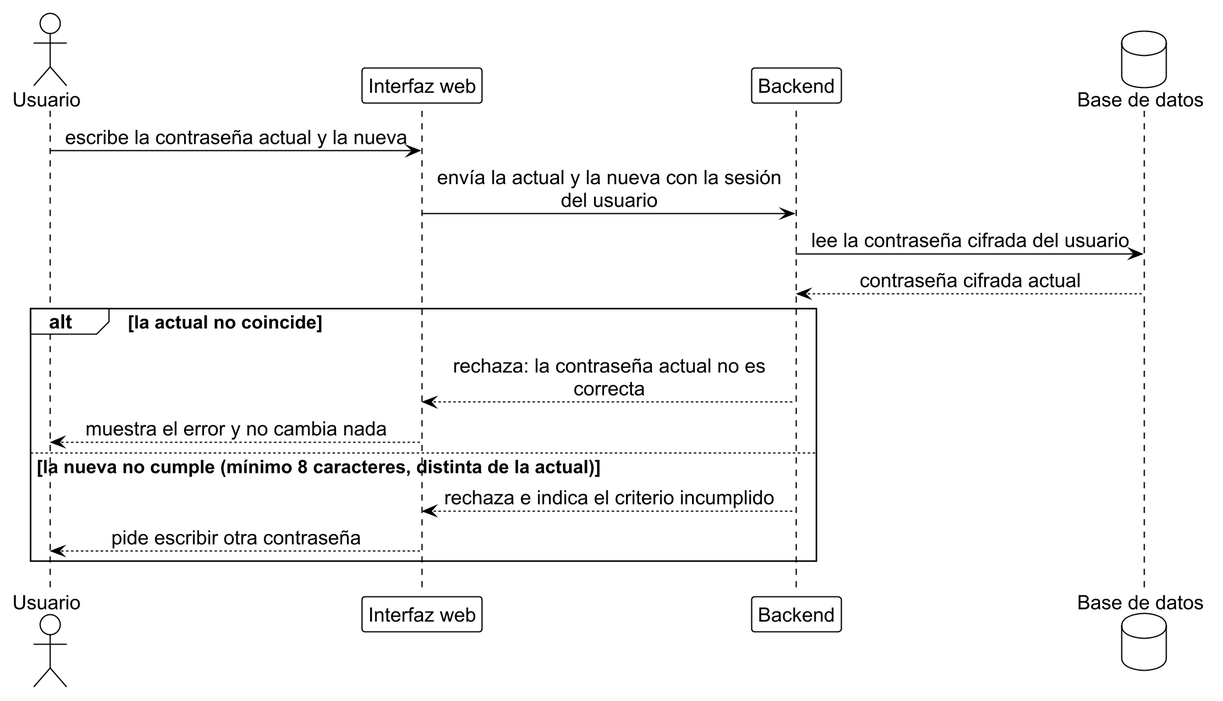
Earlier version of the PlantUML export diagramas/seq_diapositivas/pass_1.png (ErickJester/fst-ai-system-latex). Its diagram source:
```plantuml
@startuml pass_1
!include ../estilo_doc.iuml
skinparam dpi 200
actor Usuario as u
participant "Interfaz web" as ui
participant Backend as api
database "Base de datos" as db

u -> ui: escribe la contraseña actual y la nueva
ui -> api: envía la actual y la nueva con la sesión\ndel usuario
api -> db: lee la contraseña cifrada del usuario
db --> api: contraseña cifrada actual
alt la actual no coincide
  api --> ui: rechaza: la contraseña actual no es\ncorrecta
  ui --> u: muestra el error y no cambia nada
else la nueva no cumple (mínimo 8 caracteres, distinta de la actual)
  api --> ui: rechaza e indica el criterio incumplido
  ui --> u: pide escribir otra contraseña
end
@enduml
```
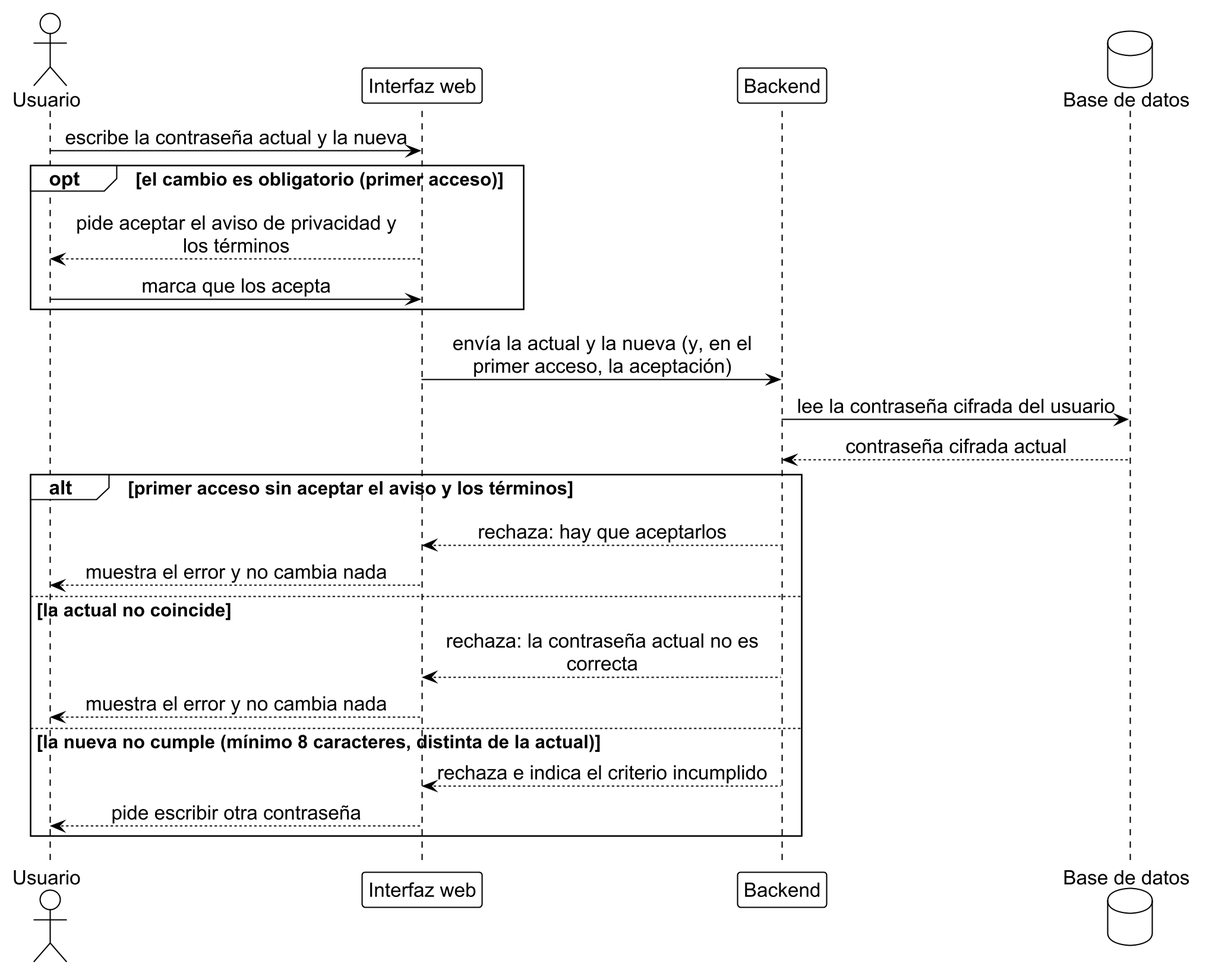
After the commit.

Change to the diagram source:
```diff
@@ -7,10 +7,17 @@
 database "Base de datos" as db
 
 u -> ui: escribe la contraseña actual y la nueva
-ui -> api: envía la actual y la nueva con la sesión\ndel usuario
+opt el cambio es obligatorio (primer acceso)
+  ui --> u: pide aceptar el aviso de privacidad y\nlos términos
+  u -> ui: marca que los acepta
+end
+ui -> api: envía la actual y la nueva (y, en el\nprimer acceso, la aceptación)
 api -> db: lee la contraseña cifrada del usuario
 db --> api: contraseña cifrada actual
-alt la actual no coincide
+alt primer acceso sin aceptar el aviso y los términos
+  api --> ui: rechaza: hay que aceptarlos
+  ui --> u: muestra el error y no cambia nada
+else la actual no coincide
   api --> ui: rechaza: la contraseña actual no es\ncorrecta
   ui --> u: muestra el error y no cambia nada
 else la nueva no cumple (mínimo 8 caracteres, distinta de la actual)
```
